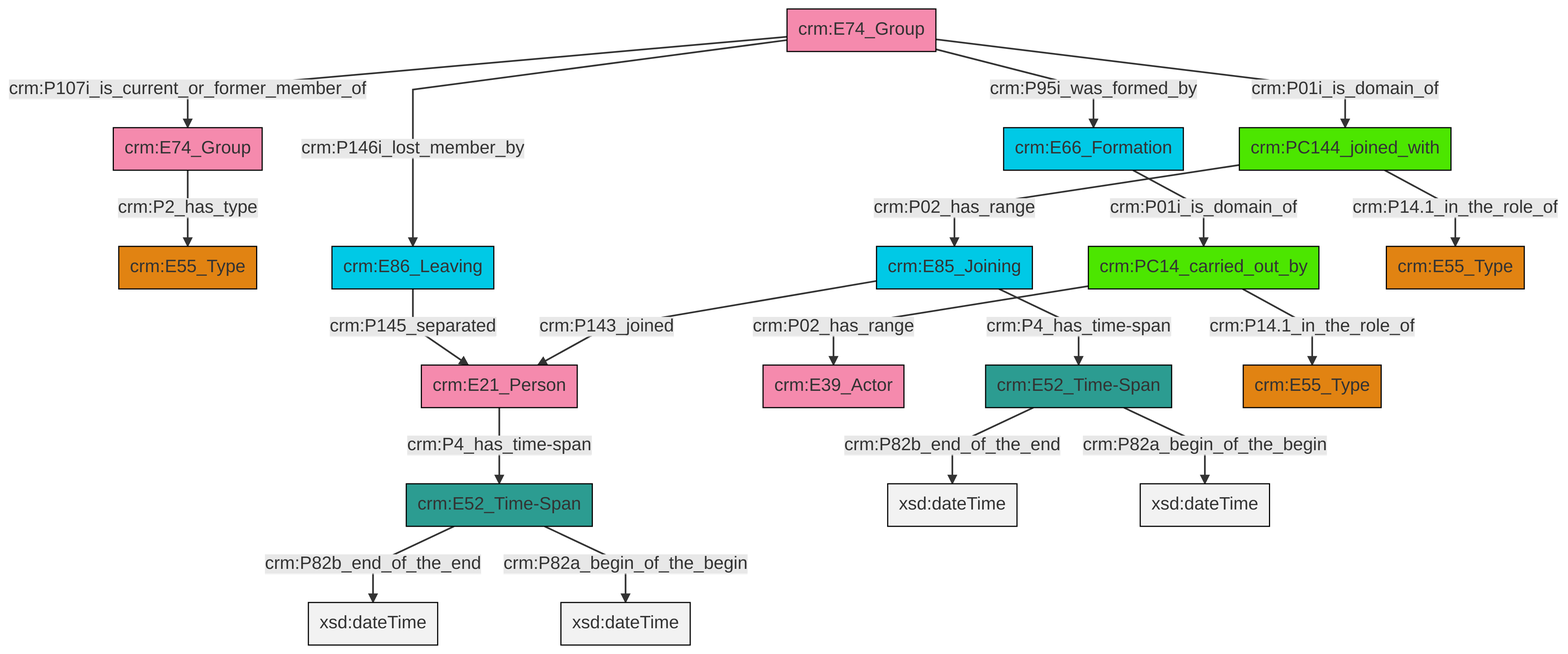
swiss-art-research-net/docs.swissartresearch keeps this Mermaid diagram as et/groupCSV/ttl/mmd/png/group_actor_relations.png. Above is the earlier version. Its source is kept beside it as et/groupCSV/ttl/mmd/group_actor_relations.ttl.mmd.
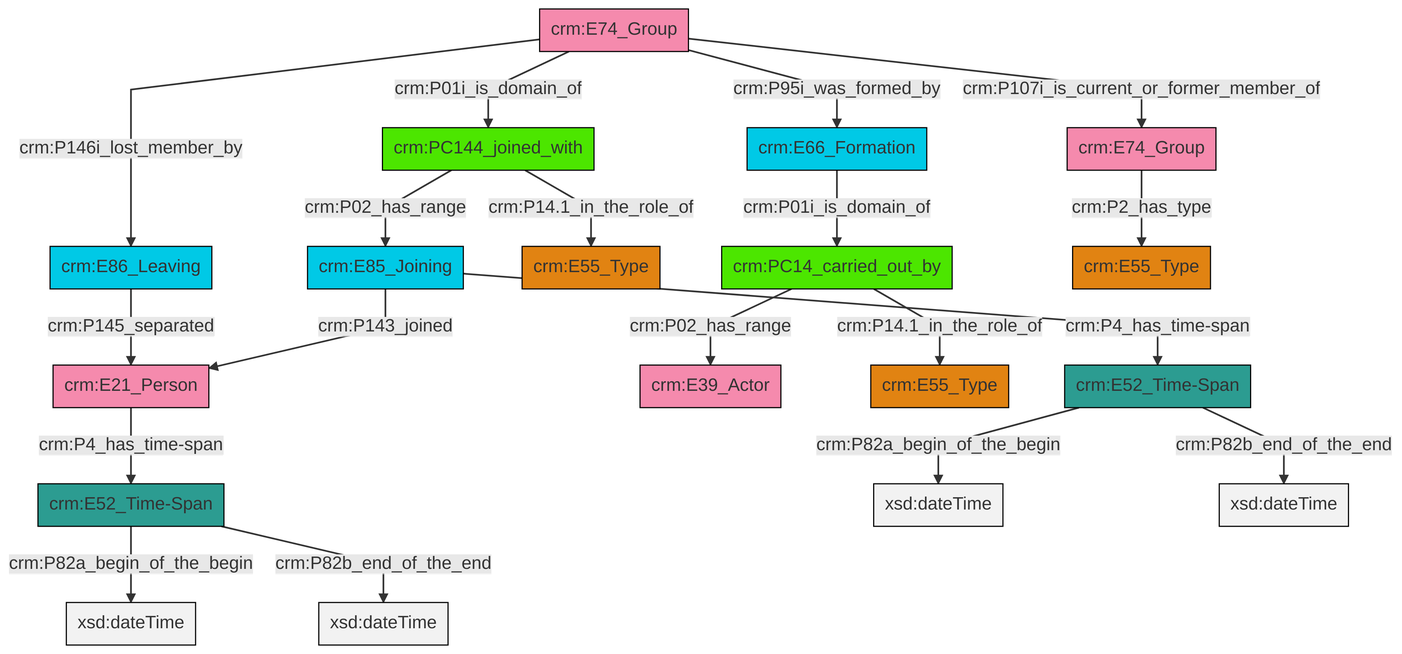
After the change.

Change to the diagram source:
```diff
@@ -13,21 +13,21 @@
 classDef PC_Classes fill:#4ce600, stroke:#000000;
 classDef Multi fill:#cccccc,stroke:#000000;
 
-0["crm:E74_Group"]:::Actor -->|crm:P2_has_type| 1["crm:E55_Type"]:::Type
-2["crm:E86_Leaving"]:::Temporal_Entity -->|crm:P145_separated| 3["crm:E21_Person"]:::Actor
-4["crm:PC14_carried_out_by"]:::PC_Classes -->|crm:P02_has_range| 5["crm:E39_Actor"]:::Actor
-8["crm:E85_Joining"]:::Temporal_Entity -->|crm:P4_has_time-span| 9["crm:E52_Time-Span"]:::Time-Span
-10["crm:E74_Group"]:::Actor -->|crm:P146i_lost_member_by| 2["crm:E86_Leaving"]:::Temporal_Entity
-9["crm:E52_Time-Span"]:::Time-Span -->|crm:P82b_end_of_the_end| 11[xsd:dateTime]:::Literal
-10["crm:E74_Group"]:::Actor -->|crm:P107i_is_current_or_former_member_of| 0["crm:E74_Group"]:::Actor
-10["crm:E74_Group"]:::Actor -->|crm:P95i_was_formed_by| 14["crm:E66_Formation"]:::Temporal_Entity
-8["crm:E85_Joining"]:::Temporal_Entity -->|crm:P143_joined| 3["crm:E21_Person"]:::Actor
-6["crm:E52_Time-Span"]:::Time-Span -->|crm:P82b_end_of_the_end| 15[xsd:dateTime]:::Literal
-17["crm:PC144_joined_with"]:::PC_Classes -->|crm:P02_has_range| 8["crm:E85_Joining"]:::Temporal_Entity
-3["crm:E21_Person"]:::Actor -->|crm:P4_has_time-span| 6["crm:E52_Time-Span"]:::Time-Span
-4["crm:PC14_carried_out_by"]:::PC_Classes -->|crm:P14.1_in_the_role_of| 21["crm:E55_Type"]:::Type
-10["crm:E74_Group"]:::Actor -->|crm:P01i_is_domain_of| 17["crm:PC144_joined_with"]:::PC_Classes
-6["crm:E52_Time-Span"]:::Time-Span -->|crm:P82a_begin_of_the_begin| 28[xsd:dateTime]:::Literal
-9["crm:E52_Time-Span"]:::Time-Span -->|crm:P82a_begin_of_the_begin| 31[xsd:dateTime]:::Literal
-17["crm:PC144_joined_with"]:::PC_Classes -->|crm:P14.1_in_the_role_of| 12["crm:E55_Type"]:::Type
-14["crm:E66_Formation"]:::Temporal_Entity -->|crm:P01i_is_domain_of| 4["crm:PC14_carried_out_by"]:::PC_Classes
+2["crm:E74_Group"]:::Actor -->|crm:P01i_is_domain_of| 3["crm:PC144_joined_with"]:::PC_Classes
+4["crm:E52_Time-Span"]:::Time-Span -->|crm:P82a_begin_of_the_begin| 5[xsd:dateTime]:::Literal
+3["crm:PC144_joined_with"]:::PC_Classes -->|crm:P02_has_range| 6["crm:E85_Joining"]:::Temporal_Entity
+7["crm:E66_Formation"]:::Temporal_Entity -->|crm:P01i_is_domain_of| 8["crm:PC14_carried_out_by"]:::PC_Classes
+2["crm:E74_Group"]:::Actor -->|crm:P107i_is_current_or_former_member_of| 9["crm:E74_Group"]:::Actor
+8["crm:PC14_carried_out_by"]:::PC_Classes -->|crm:P02_has_range| 10["crm:E39_Actor"]:::Actor
+0["crm:E52_Time-Span"]:::Time-Span -->|crm:P82a_begin_of_the_begin| 11[xsd:dateTime]:::Literal
+2["crm:E74_Group"]:::Actor -->|crm:P95i_was_formed_by| 7["crm:E66_Formation"]:::Temporal_Entity
+15["crm:E21_Person"]:::Actor -->|crm:P4_has_time-span| 0["crm:E52_Time-Span"]:::Time-Span
+8["crm:PC14_carried_out_by"]:::PC_Classes -->|crm:P14.1_in_the_role_of| 12["crm:E55_Type"]:::Type
+3["crm:PC144_joined_with"]:::PC_Classes -->|crm:P14.1_in_the_role_of| 16["crm:E55_Type"]:::Type
+0["crm:E52_Time-Span"]:::Time-Span -->|crm:P82b_end_of_the_end| 18[xsd:dateTime]:::Literal
+22["crm:E86_Leaving"]:::Temporal_Entity -->|crm:P145_separated| 15["crm:E21_Person"]:::Actor
+9["crm:E74_Group"]:::Actor -->|crm:P2_has_type| 25["crm:E55_Type"]:::Type
+6["crm:E85_Joining"]:::Temporal_Entity -->|crm:P143_joined| 15["crm:E21_Person"]:::Actor
+6["crm:E85_Joining"]:::Temporal_Entity -->|crm:P4_has_time-span| 4["crm:E52_Time-Span"]:::Time-Span
+4["crm:E52_Time-Span"]:::Time-Span -->|crm:P82b_end_of_the_end| 32[xsd:dateTime]:::Literal
+2["crm:E74_Group"]:::Actor -->|crm:P146i_lost_member_by| 22["crm:E86_Leaving"]:::Temporal_Entity
```
